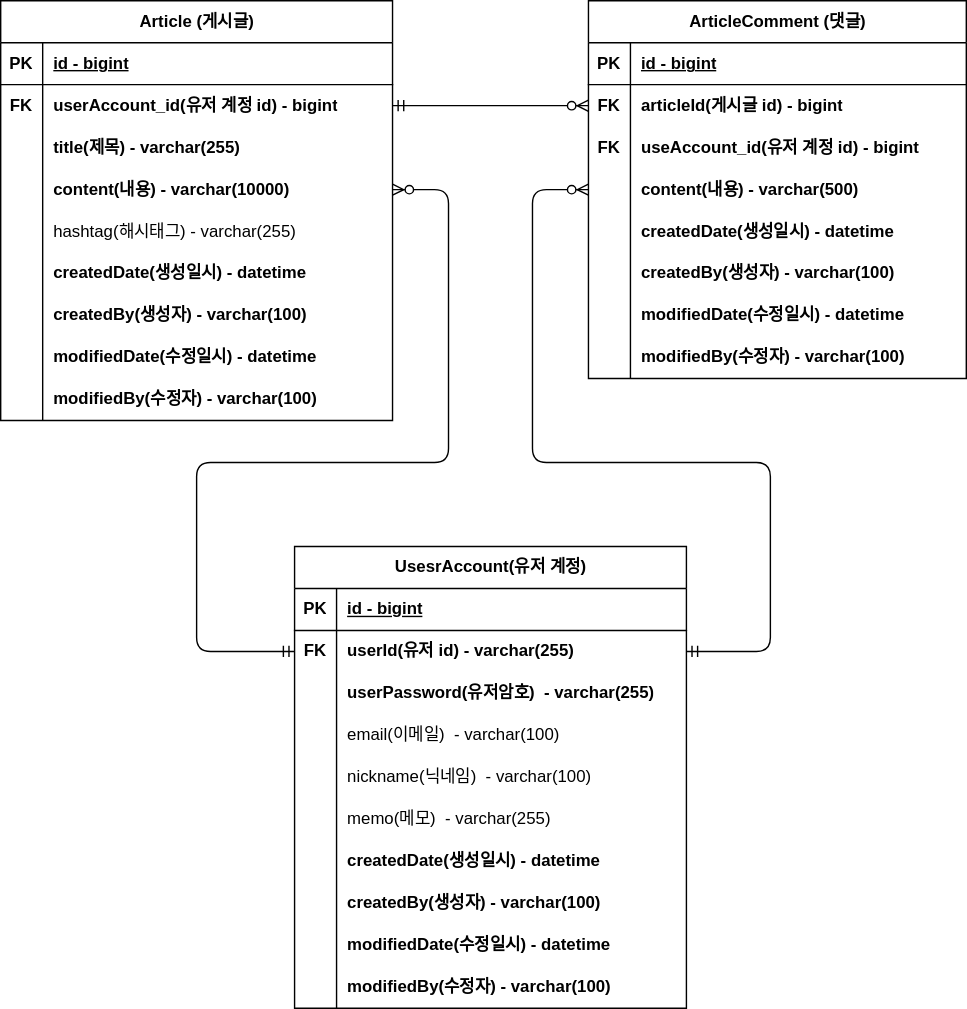
The draw.io diagram document/work-board-project-erd.svg in bokyoung89/work-board-project, before a commit. Source tidied: cells renumbered, new cells last; positions are measured from the earlier drawing's top-left corner, leaving out a move shared by most shapes.
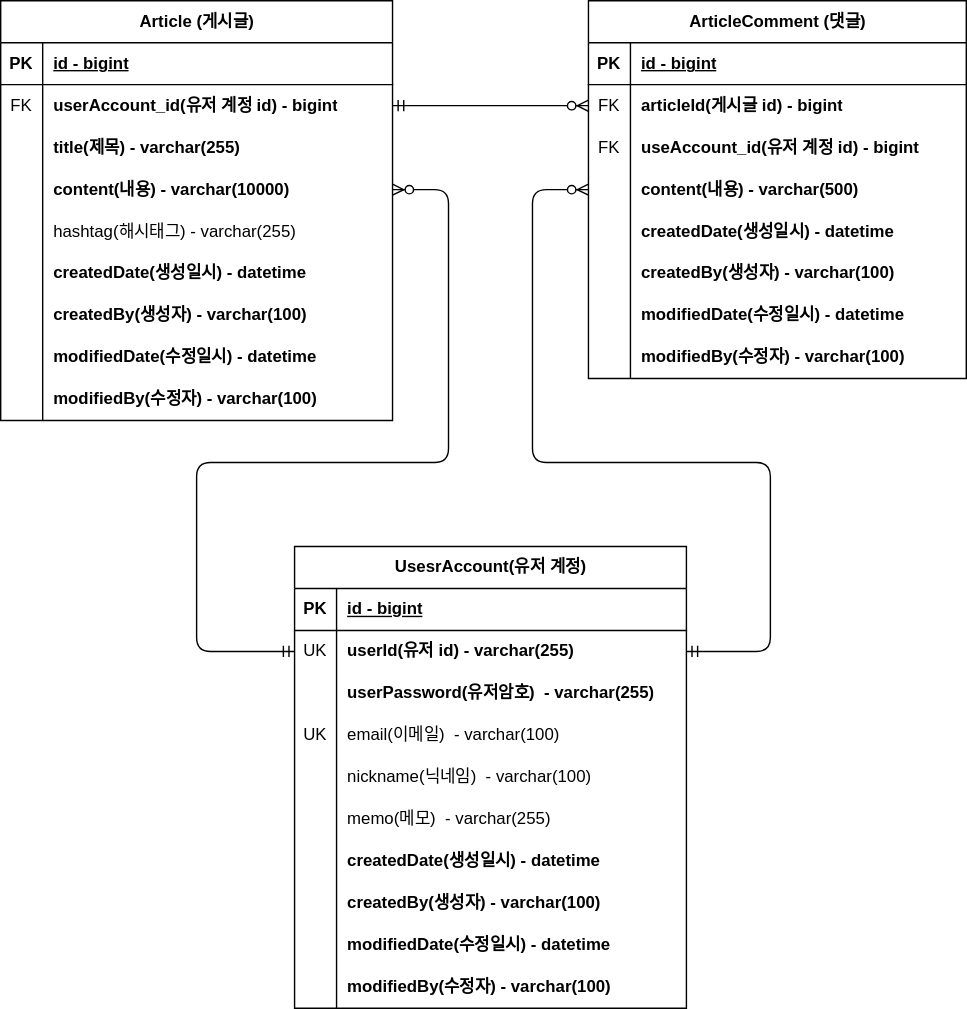
After the commit.

Commit message:
#31 - erd 업데이트: 회원 계정 도메인의 아이디, 이메일에 유니크 키 추가

What changed in the source:
```diff
@@ -17,7 +17,7 @@
     <mxCell id="6" style="shape=tableRow;horizontal=0;startSize=0;swimlaneHead=0;swimlaneBody=0;fillColor=none;points=[[0,0.5],[1,0.5]];portConstraint=eastwest;top=0;left=0;right=0;bottom=0;" parent="2" vertex="1">
       <mxGeometry y="60" width="280" height="30" as="geometry" />
     </mxCell>
-    <mxCell id="7" value="&lt;b style=&quot;border-color: var(--border-color);&quot;&gt;FK&lt;/b&gt;" style="shape=partialRectangle;fillColor=none;top=0;left=0;bottom=0;right=0;overflow=hidden;whiteSpace=wrap;html=1;" parent="6" vertex="1">
+    <mxCell id="7" value="&lt;span style=&quot;border-color: var(--border-color);&quot;&gt;FK&lt;/span&gt;" style="shape=partialRectangle;fillColor=none;top=0;left=0;bottom=0;right=0;overflow=hidden;whiteSpace=wrap;html=1;fontStyle=0;" parent="6" vertex="1">
       <mxGeometry width="30" height="30" as="geometry" />
     </mxCell>
     <mxCell id="8" value="userAccount_id(유저 계정 id) - bigint" style="shape=partialRectangle;fillColor=none;top=0;left=0;bottom=0;right=0;align=left;spacingLeft=6;overflow=hidden;whiteSpace=wrap;html=1;fontStyle=1;" parent="6" vertex="1">
@@ -101,7 +101,7 @@
     <mxCell id="34" style="shape=tableRow;horizontal=0;startSize=0;swimlaneHead=0;swimlaneBody=0;fillColor=none;points=[[0,0.5],[1,0.5]];portConstraint=eastwest;top=0;left=0;right=0;bottom=0;" parent="30" vertex="1">
       <mxGeometry y="60" width="270" height="30" as="geometry" />
     </mxCell>
-    <mxCell id="35" value="&lt;b&gt;FK&lt;/b&gt;" style="shape=partialRectangle;fillColor=none;top=0;left=0;bottom=0;right=0;overflow=hidden;whiteSpace=wrap;html=1;" parent="34" vertex="1">
+    <mxCell id="35" value="&lt;span&gt;FK&lt;/span&gt;" style="shape=partialRectangle;fillColor=none;top=0;left=0;bottom=0;right=0;overflow=hidden;whiteSpace=wrap;html=1;fontStyle=0;" parent="34" vertex="1">
       <mxGeometry width="30" height="30" as="geometry" />
     </mxCell>
     <mxCell id="36" value="articleId(게시글 id) - bigint" style="shape=partialRectangle;fillColor=none;top=0;left=0;bottom=0;right=0;align=left;spacingLeft=6;overflow=hidden;whiteSpace=wrap;html=1;fontStyle=1;" parent="34" vertex="1">
@@ -110,7 +110,7 @@
     <mxCell id="37" style="shape=tableRow;horizontal=0;startSize=0;swimlaneHead=0;swimlaneBody=0;fillColor=none;top=0;left=0;right=0;bottom=0;" parent="30" vertex="1">
       <mxGeometry y="90" width="270" height="30" as="geometry" />
     </mxCell>
-    <mxCell id="38" value="&lt;b&gt;FK&lt;/b&gt;" style="shape=partialRectangle;fillColor=none;top=0;left=0;bottom=0;right=0;overflow=hidden;whiteSpace=wrap;html=1;" parent="37" vertex="1">
+    <mxCell id="38" value="&lt;span&gt;FK&lt;/span&gt;" style="shape=partialRectangle;fillColor=none;top=0;left=0;bottom=0;right=0;overflow=hidden;whiteSpace=wrap;html=1;fontStyle=0;" parent="37" vertex="1">
       <mxGeometry width="30" height="30" as="geometry" />
     </mxCell>
     <mxCell id="39" value="useAccount_id(유저 계정 id) - bigint" style="shape=partialRectangle;fillColor=none;top=0;left=0;bottom=0;right=0;align=left;spacingLeft=6;overflow=hidden;whiteSpace=wrap;html=1;fontStyle=1;" parent="37" vertex="1">
@@ -184,7 +184,7 @@
     <mxCell id="60" style="shape=tableRow;horizontal=0;startSize=0;swimlaneHead=0;swimlaneBody=0;fillColor=none;points=[[0,0.5],[1,0.5]];portConstraint=eastwest;top=0;left=0;right=0;bottom=0;" parent="56" vertex="1">
       <mxGeometry y="60" width="280" height="30" as="geometry" />
     </mxCell>
-    <mxCell id="61" value="&lt;b&gt;FK&lt;/b&gt;" style="shape=partialRectangle;fillColor=none;top=0;left=0;bottom=0;right=0;overflow=hidden;whiteSpace=wrap;html=1;" parent="60" vertex="1">
+    <mxCell id="61" value="&lt;span&gt;UK&lt;/span&gt;" style="shape=partialRectangle;fillColor=none;top=0;left=0;bottom=0;right=0;overflow=hidden;whiteSpace=wrap;html=1;fontStyle=0;" parent="60" vertex="1">
       <mxGeometry width="30" height="30" as="geometry" />
     </mxCell>
     <mxCell id="62" value="userId(유저 id) - varchar(255)" style="shape=partialRectangle;fillColor=none;top=0;left=0;bottom=0;right=0;align=left;spacingLeft=6;overflow=hidden;whiteSpace=wrap;html=1;fontStyle=1;" parent="60" vertex="1">
@@ -202,7 +202,7 @@
     <mxCell id="66" style="shape=tableRow;horizontal=0;startSize=0;swimlaneHead=0;swimlaneBody=0;fillColor=none;top=0;left=0;right=0;bottom=0;" parent="56" vertex="1">
       <mxGeometry y="120" width="280" height="30" as="geometry" />
     </mxCell>
-    <mxCell id="67" style="shape=partialRectangle;fillColor=none;top=0;left=0;bottom=0;right=0;overflow=hidden;whiteSpace=wrap;html=1;" parent="66" vertex="1">
+    <mxCell id="67" value="UK" style="shape=partialRectangle;fillColor=none;top=0;left=0;bottom=0;right=0;overflow=hidden;whiteSpace=wrap;html=1;" parent="66" vertex="1">
       <mxGeometry width="30" height="30" as="geometry" />
     </mxCell>
     <mxCell id="68" value="email(이메일)&amp;nbsp; - varchar(100)" style="shape=partialRectangle;fillColor=none;top=0;left=0;bottom=0;right=0;align=left;spacingLeft=6;overflow=hidden;whiteSpace=wrap;html=1;fontStyle=0;" parent="66" vertex="1">
```
